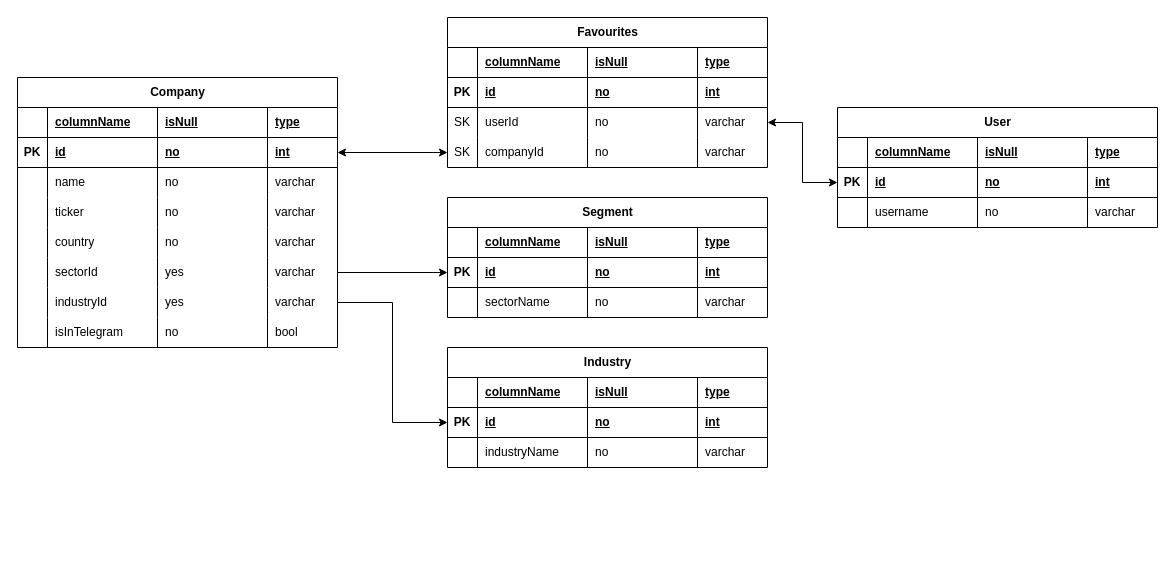
Above: architecture/class_diagram.drawio in Sviec/InvestBot (draw.io), before the change. Source tidied: cells renumbered, new cells numbered last; positions are measured from the earlier drawing's top-left corner, leaving out a move shared by most shapes. Both pictures are drawn from the tidied source at 100%, with x=0, y=0 at pixel (17, 17).
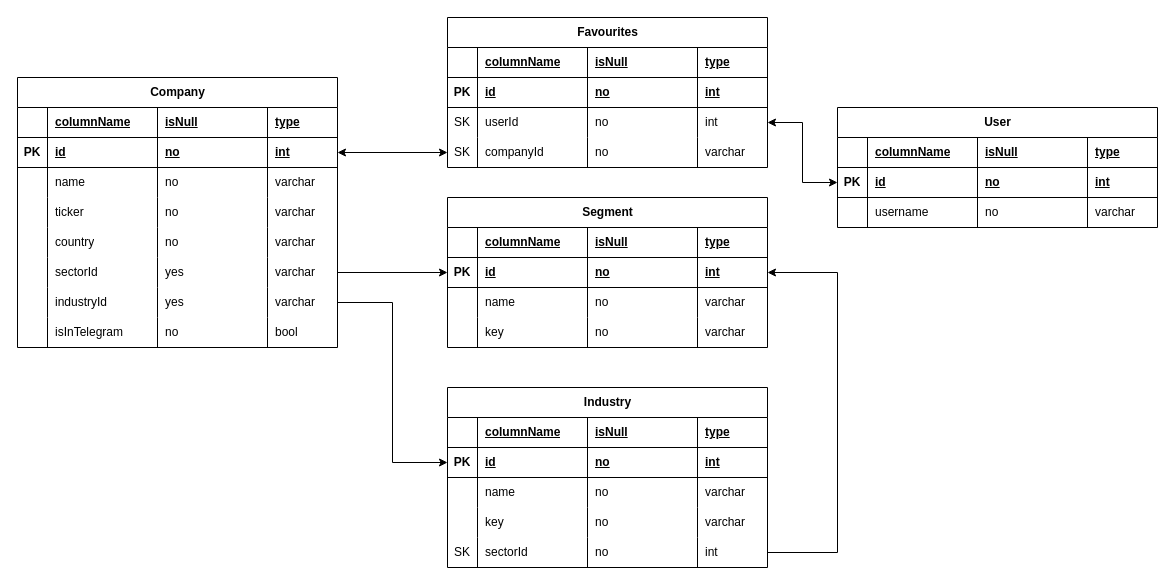
The same page after the edit.

The change refers to these unchanged cells:
```xml
<mxCell id="71" style="shape=tableRow;horizontal=0;startSize=0;swimlaneHead=0;swimlaneBody=0;fillColor=none;points=[[0,0.5],[1,0.5]];portConstraint=eastwest;top=0;left=0;right=0;bottom=0;" parent="60" vertex="1">
  <mxGeometry y="90" width="320" height="30" as="geometry" />
</mxCell>
<mxCell id="88" style="shape=tableRow;horizontal=0;startSize=0;swimlaneHead=0;swimlaneBody=0;fillColor=none;points=[[0,0.5],[1,0.5]];portConstraint=eastwest;top=0;left=0;right=0;bottom=1;" parent="82" vertex="1">
  <mxGeometry y="60" width="320" height="30" as="geometry" />
</mxCell>
<mxCell id="93" style="shape=tableRow;horizontal=0;startSize=0;swimlaneHead=0;swimlaneBody=0;fillColor=none;top=0;left=0;right=0;bottom=0;" parent="82" vertex="1">
  <mxGeometry y="90" width="320" height="30" as="geometry" />
</mxCell>
<mxCell id="110" style="shape=tableRow;horizontal=0;startSize=0;swimlaneHead=0;swimlaneBody=0;fillColor=none;top=0;left=0;right=0;bottom=0;" parent="99" vertex="1">
  <mxGeometry y="90" width="320" height="30" as="geometry" />
</mxCell>
```

What changed in the source:
```diff
@@
-    <mxCell id="75" value="varchar" style="shape=partialRectangle;fillColor=none;top=0;left=0;bottom=0;right=0;align=left;spacingLeft=6;overflow=hidden;whiteSpace=wrap;html=1;" parent="71" vertex="1">
+    <mxCell id="75" value="int" style="shape=partialRectangle;fillColor=none;top=0;left=0;bottom=0;right=0;align=left;spacingLeft=6;overflow=hidden;whiteSpace=wrap;html=1;" parent="71" vertex="1">
       <mxGeometry x="250" width="70" height="30" as="geometry" />
     </mxCell>
@@
     <mxCell id="82" value="Segment" style="shape=table;startSize=30;childLayout=tableLayout;rowLines=0;fontStyle=1;align=center;html=1;" parent="1" vertex="1">
-      <mxGeometry x="430" y="180" width="320" height="120" as="geometry" />
+      <mxGeometry x="430" y="180" width="320" height="150" as="geometry" />
     </mxCell>
@@
-    <mxCell id="95" value="sectorName" style="shape=partialRectangle;fillColor=none;top=0;left=0;bottom=0;right=0;align=left;spacingLeft=6;overflow=hidden;whiteSpace=wrap;html=1;" parent="93" vertex="1">
+    <mxCell id="95" value="name" style="shape=partialRectangle;fillColor=none;top=0;left=0;bottom=0;right=0;align=left;spacingLeft=6;overflow=hidden;whiteSpace=wrap;html=1;" parent="93" vertex="1">
       <mxGeometry x="30" width="110" height="30" as="geometry" />
     </mxCell>
@@
+    <mxCell id="116" style="shape=tableRow;horizontal=0;startSize=0;swimlaneHead=0;swimlaneBody=0;fillColor=none;top=0;left=0;right=0;bottom=0;" parent="82" vertex="1">
+      <mxGeometry y="120" width="320" height="30" as="geometry" />
+    </mxCell>
+    <mxCell id="117" style="shape=partialRectangle;fillColor=none;top=0;left=0;bottom=0;right=0;overflow=hidden;whiteSpace=wrap;html=1;" parent="116" vertex="1">
+      <mxGeometry width="30" height="30" as="geometry" />
+    </mxCell>
+    <mxCell id="118" value="key" style="shape=partialRectangle;fillColor=none;top=0;left=0;bottom=0;right=0;align=left;spacingLeft=6;overflow=hidden;whiteSpace=wrap;html=1;" parent="116" vertex="1">
+      <mxGeometry x="30" width="110" height="30" as="geometry" />
+    </mxCell>
+    <mxCell id="119" value="no" style="shape=partialRectangle;fillColor=none;top=0;left=0;bottom=0;right=0;align=left;spacingLeft=6;overflow=hidden;whiteSpace=wrap;html=1;" parent="116" vertex="1">
+      <mxGeometry x="140" width="110" height="30" as="geometry" />
+    </mxCell>
+    <mxCell id="120" value="varchar" style="shape=partialRectangle;fillColor=none;top=0;left=0;bottom=0;right=0;align=left;spacingLeft=6;overflow=hidden;whiteSpace=wrap;html=1;" parent="116" vertex="1">
+      <mxGeometry x="250" width="70" height="30" as="geometry" />
+    </mxCell>
@@
     <mxCell id="99" value="Industry" style="shape=table;startSize=30;childLayout=tableLayout;rowLines=0;fontStyle=1;align=center;html=1;" parent="1" vertex="1">
-      <mxGeometry x="430" y="330" width="320" height="120" as="geometry" />
+      <mxGeometry x="430" y="370" width="320" height="180" as="geometry" />
     </mxCell>
@@
-    <mxCell id="112" value="industryName" style="shape=partialRectangle;fillColor=none;top=0;left=0;bottom=0;right=0;align=left;spacingLeft=6;overflow=hidden;whiteSpace=wrap;html=1;" parent="110" vertex="1">
+    <mxCell id="112" value="name" style="shape=partialRectangle;fillColor=none;top=0;left=0;bottom=0;right=0;align=left;spacingLeft=6;overflow=hidden;whiteSpace=wrap;html=1;" parent="110" vertex="1">
       <mxGeometry x="30" width="110" height="30" as="geometry" />
     </mxCell>
@@
+    <mxCell id="121" style="shape=tableRow;horizontal=0;startSize=0;swimlaneHead=0;swimlaneBody=0;fillColor=none;top=0;left=0;right=0;bottom=0;" parent="99" vertex="1">
+      <mxGeometry y="120" width="320" height="30" as="geometry" />
+    </mxCell>
+    <mxCell id="122" style="shape=partialRectangle;fillColor=none;top=0;left=0;bottom=0;right=0;overflow=hidden;whiteSpace=wrap;html=1;" parent="121" vertex="1">
+      <mxGeometry width="30" height="30" as="geometry" />
+    </mxCell>
+    <mxCell id="123" value="key" style="shape=partialRectangle;fillColor=none;top=0;left=0;bottom=0;right=0;align=left;spacingLeft=6;overflow=hidden;whiteSpace=wrap;html=1;" parent="121" vertex="1">
+      <mxGeometry x="30" width="110" height="30" as="geometry" />
+    </mxCell>
+    <mxCell id="124" value="no" style="shape=partialRectangle;fillColor=none;top=0;left=0;bottom=0;right=0;align=left;spacingLeft=6;overflow=hidden;whiteSpace=wrap;html=1;" parent="121" vertex="1">
+      <mxGeometry x="140" width="110" height="30" as="geometry" />
+    </mxCell>
+    <mxCell id="125" value="varchar" style="shape=partialRectangle;fillColor=none;top=0;left=0;bottom=0;right=0;align=left;spacingLeft=6;overflow=hidden;whiteSpace=wrap;html=1;" parent="121" vertex="1">
+      <mxGeometry x="250" width="70" height="30" as="geometry" />
+    </mxCell>
+    <mxCell id="126" style="shape=tableRow;horizontal=0;startSize=0;swimlaneHead=0;swimlaneBody=0;fillColor=none;points=[[0,0.5],[1,0.5]];portConstraint=eastwest;top=0;left=0;right=0;bottom=0;" parent="99" vertex="1">
+      <mxGeometry y="150" width="320" height="30" as="geometry" />
+    </mxCell>
+    <mxCell id="127" value="SK" style="shape=partialRectangle;fillColor=none;top=0;left=0;bottom=0;right=0;overflow=hidden;whiteSpace=wrap;html=1;" parent="126" vertex="1">
+      <mxGeometry width="30" height="30" as="geometry" />
+    </mxCell>
+    <mxCell id="128" value="sectorId" style="shape=partialRectangle;fillColor=none;top=0;left=0;bottom=0;right=0;align=left;spacingLeft=6;overflow=hidden;whiteSpace=wrap;html=1;" parent="126" vertex="1">
+      <mxGeometry x="30" width="110" height="30" as="geometry" />
+    </mxCell>
+    <mxCell id="129" value="no" style="shape=partialRectangle;fillColor=none;top=0;left=0;bottom=0;right=0;align=left;spacingLeft=6;overflow=hidden;whiteSpace=wrap;html=1;" parent="126" vertex="1">
+      <mxGeometry x="140" width="110" height="30" as="geometry" />
+    </mxCell>
+    <mxCell id="130" value="int" style="shape=partialRectangle;fillColor=none;top=0;left=0;bottom=0;right=0;align=left;spacingLeft=6;overflow=hidden;whiteSpace=wrap;html=1;" parent="126" vertex="1">
+      <mxGeometry x="250" width="70" height="30" as="geometry" />
+    </mxCell>
@@
+    <mxCell id="131" style="edgeStyle=orthogonalEdgeStyle;rounded=0;jettySize=auto;html=1;" parent="1" edge="1" source="126" target="88">
+      <mxGeometry relative="1" as="geometry">
+        <Array as="points">
+          <mxPoint x="820" y="535" />
+          <mxPoint x="820" y="255" />
+        </Array>
+      </mxGeometry>
+    </mxCell>
```
